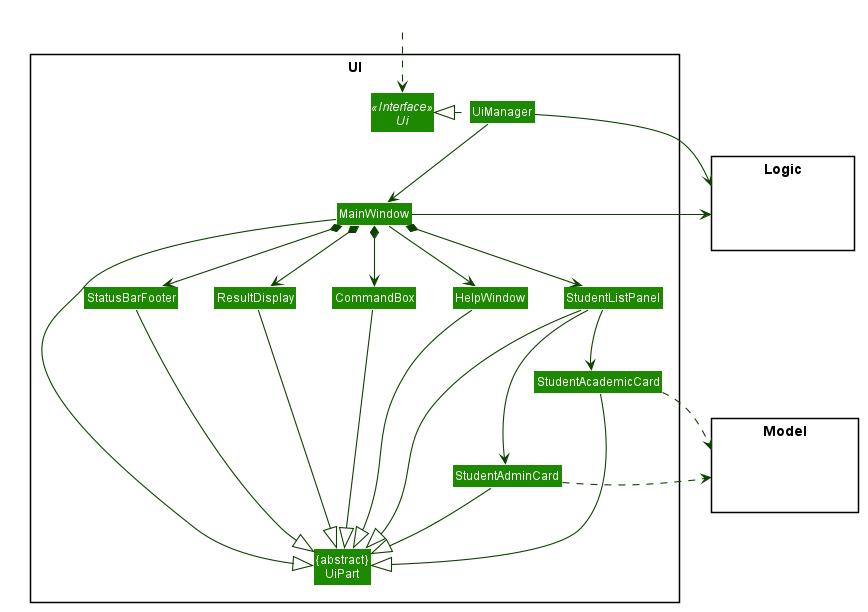
This is docs/images/UiClassDiagram.png from nus-cs2103-AY2021S1/tp, a PlantUML export, as it was before one commit.
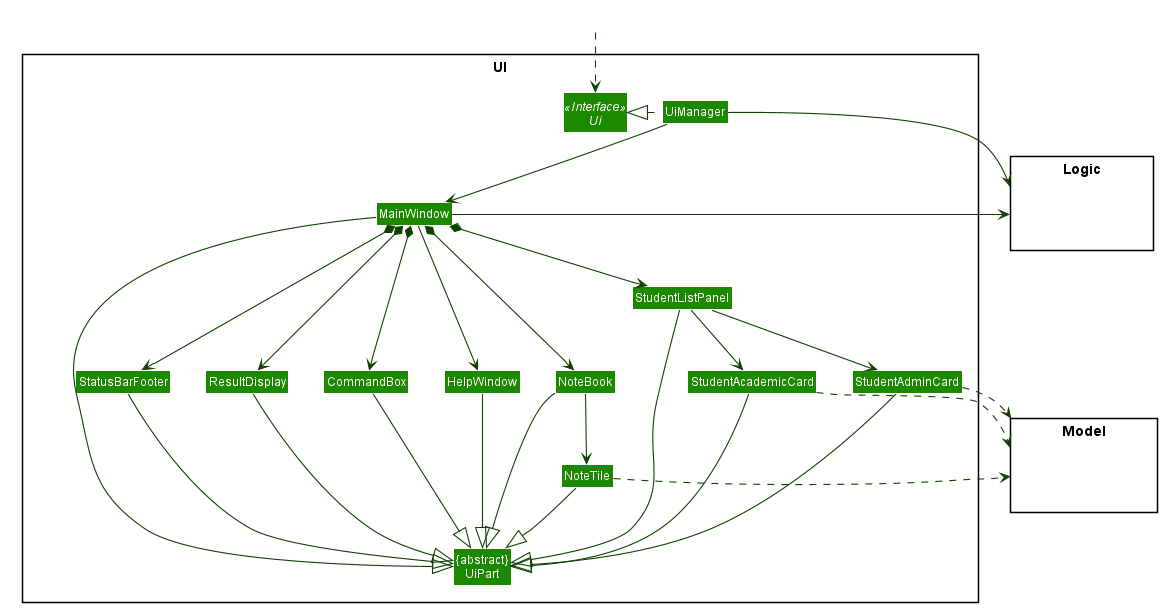
Later version of the same file.

The edit, as a diff of the source:
```diff
@@ -63,6 +63,8 @@
 Class StudentAcademicCard
 Class StatusBarFooter
 Class CommandBox
+Class NoteBook
+Class NoteTile
 }
 
 package Model <<Rectangle>> {
@@ -83,9 +85,12 @@
 MainWindow *-down-> ResultDisplay
 MainWindow *-down-> StudentListPanel
 MainWindow *-down-> StatusBarFooter
+MainWindow *-down-> NoteBook
 
 StudentListPanel --> StudentAdminCard
 StudentListPanel --> StudentAcademicCard
+
+NoteBook --> NoteTile
 
 MainWindow -left-|> UiPart
 
@@ -96,18 +101,24 @@
 StudentAcademicCard --|> UiPart
 StatusBarFooter --|> UiPart
 HelpWindow -down-|> UiPart
+NoteBook --|> UiPart
+NoteTile --|> UiPart
 
-StudentAcademicCard ..> Model
-StudentAdminCard .right.> Model
+
+StudentAcademicCard .down.> Model
+StudentAdminCard ..> Model
+NoteTile ..> Model
 UiManager -right-> Logic
 MainWindow -left-> Logic
 
-StudentAcademicCard -[hidden]down-StudentAdminCard
-StudentAcademicCard -[hidden]down-StudentListPanel
-StudentListPanel -[hidden]left- HelpWindow
+
 HelpWindow -[hidden]left- CommandBox
+NoteBook -[hidden]left- HelpWindow
 CommandBox -[hidden]left- ResultDisplay
 ResultDisplay -[hidden]left- StatusBarFooter
+StudentAcademicCard -[hidden]- NoteTile
+StudentAdminCard -[hidden]left- StudentAcademicCard
+StudentAdminCard -[hidden]left-Model
 
 MainWindow -[hidden]-|> UiPart
 @enduml
```
